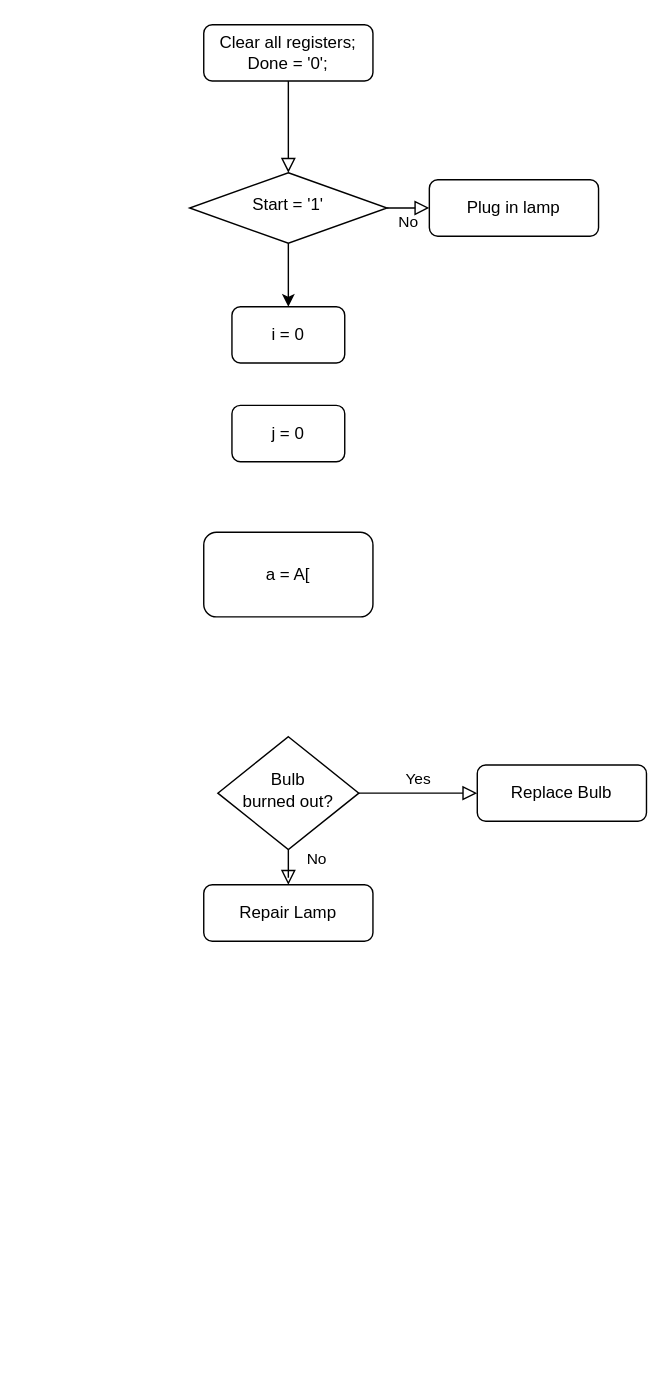
Earlier version of the draw.io diagram Untitled Diagram.drawio (Nsphong1178/FinalProject1). Source tidied: cells renumbered, new cells numbered last; positions are measured from the earlier drawing's top-left corner, leaving out a move shared by most shapes. Both pictures are drawn from the tidied source at 141%, with x=0, y=0 at pixel (189, 24).
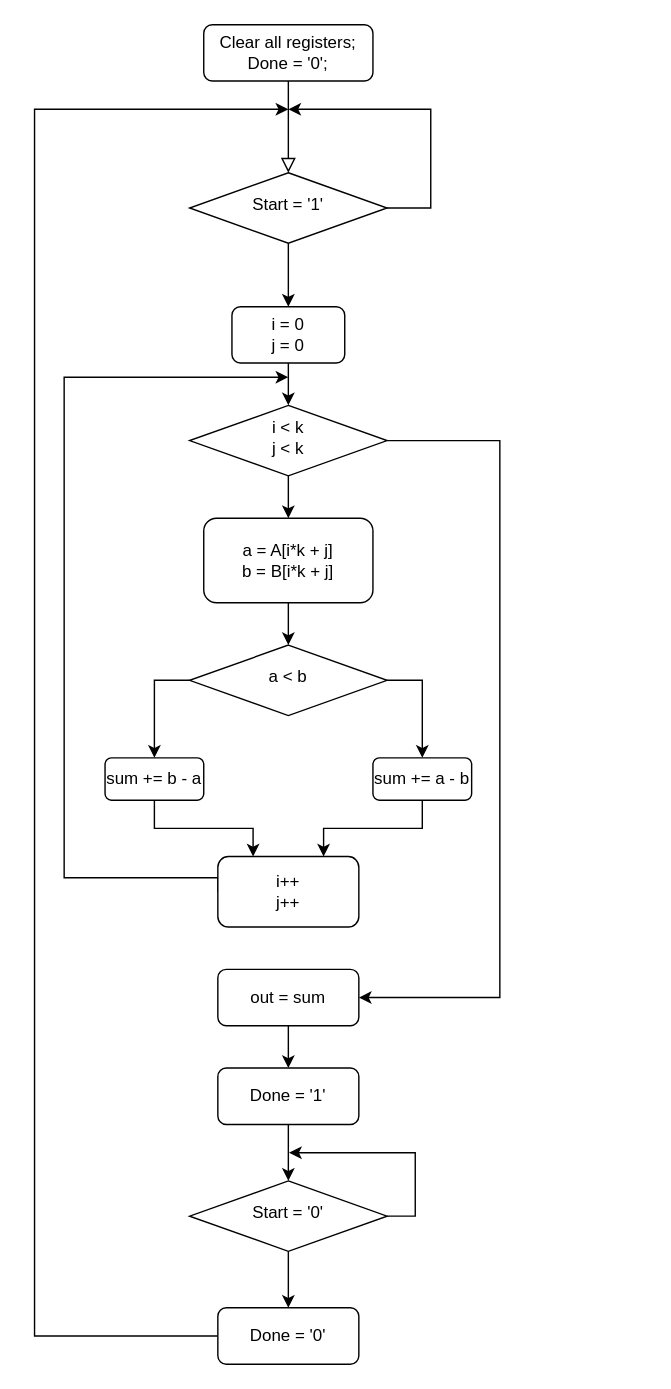
Above is the later version.

Unchanged cells that the change refers to:
```xml
<mxCell id="5" value="Start = '1'" style="rhombus;whiteSpace=wrap;html=1;shadow=0;fontFamily=Helvetica;fontSize=12;align=center;strokeWidth=1;spacing=6;spacingTop=-4;" parent="1" vertex="1">
  <mxGeometry y="105" width="140" height="50" as="geometry" />
</mxCell>
```

The edit, as a diff of the source:
```diff
@@
-    <mxCell id="4" value="No" style="edgeStyle=orthogonalEdgeStyle;rounded=0;html=1;jettySize=auto;fontSize=11;endArrow=block;endFill=0;endSize=8;strokeWidth=1;shadow=0;labelBackgroundColor=none;" parent="1" edge="1" source="5" target="6">
-      <mxGeometry y="10" relative="1" as="geometry" />
-    </mxCell>
+    <mxCell id="14" style="edgeStyle=orthogonalEdgeStyle;rounded=0;jettySize=auto;html=1;exitX=0.5;exitY=1;exitDx=0;exitDy=0;entryX=0.5;entryY=0;entryDx=0;entryDy=0;" parent="1" edge="1" source="5" target="12">
+      <mxGeometry relative="1" as="geometry" />
+    </mxCell>
+    <mxCell id="16" style="edgeStyle=orthogonalEdgeStyle;rounded=0;jettySize=auto;html=1;exitX=1;exitY=0.5;exitDx=0;exitDy=0;" parent="1" edge="1" source="5">
+      <mxGeometry relative="1" as="geometry">
+        <mxPoint x="70" y="60" as="targetPoint" />
+        <Array as="points">
+          <mxPoint x="171" y="130" />
+        </Array>
+      </mxGeometry>
+    </mxCell>
@@
-    <mxCell id="6" value="Plug in lamp" style="rounded=1;whiteSpace=wrap;html=1;fontSize=12;glass=0;strokeWidth=1;shadow=0;" parent="1" vertex="1">
-      <mxGeometry x="170" y="110" width="120" height="40" as="geometry" />
-    </mxCell>
-    <mxCell id="7" value="No" style="rounded=0;html=1;jettySize=auto;fontSize=11;endArrow=block;endFill=0;endSize=8;strokeWidth=1;shadow=0;labelBackgroundColor=none;edgeStyle=orthogonalEdgeStyle;" parent="1" edge="1" source="9" target="10">
-      <mxGeometry x="0.33" y="20" relative="1" as="geometry" />
-    </mxCell>
-    <mxCell id="8" value="Yes" style="edgeStyle=orthogonalEdgeStyle;rounded=0;html=1;jettySize=auto;fontSize=11;endArrow=block;endFill=0;endSize=8;strokeWidth=1;shadow=0;labelBackgroundColor=none;" parent="1" edge="1" source="9" target="11">
-      <mxGeometry y="10" relative="1" as="geometry" />
-    </mxCell>
-    <mxCell id="9" value="Bulb&lt;br&gt;burned out?" style="rhombus;whiteSpace=wrap;html=1;shadow=0;fontFamily=Helvetica;fontSize=12;align=center;strokeWidth=1;spacing=6;spacingTop=-4;" parent="1" vertex="1">
-      <mxGeometry x="20" y="505" width="100" height="80" as="geometry" />
-    </mxCell>
-    <mxCell id="10" value="Repair Lamp" style="rounded=1;whiteSpace=wrap;html=1;fontSize=12;glass=0;strokeWidth=1;shadow=0;" parent="1" vertex="1">
-      <mxGeometry x="10" y="610" width="120" height="40" as="geometry" />
-    </mxCell>
-    <mxCell id="11" value="Replace Bulb" style="rounded=1;whiteSpace=wrap;html=1;fontSize=12;glass=0;strokeWidth=1;shadow=0;" parent="1" vertex="1">
-      <mxGeometry x="204" y="525" width="120" height="40" as="geometry" />
-    </mxCell>
+    <mxCell id="17" style="edgeStyle=orthogonalEdgeStyle;rounded=0;jettySize=auto;html=1;exitX=0.5;exitY=1;exitDx=0;exitDy=0;entryX=0.5;entryY=0;entryDx=0;entryDy=0;" parent="1" edge="1" source="12" target="21">
+      <mxGeometry relative="1" as="geometry" />
+    </mxCell>
-    <mxCell id="12" value="i = 0" style="rounded=1;whiteSpace=wrap;html=1;" parent="1" vertex="1">
+    <mxCell id="12" value="i = 0&lt;div&gt;j = 0&lt;/div&gt;" style="rounded=1;whiteSpace=wrap;html=1;" parent="1" vertex="1">
       <mxGeometry x="30" y="200" width="80" height="40" as="geometry" />
     </mxCell>
-    <mxCell id="13" value="j = 0" style="rounded=1;whiteSpace=wrap;html=1;" parent="1" vertex="1">
-      <mxGeometry x="30" y="270" width="80" height="40" as="geometry" />
-    </mxCell>
-    <mxCell id="14" style="endArrow=classic;html=1;rounded=0;exitX=0.5;exitY=1;exitDx=0;exitDy=0;entryX=0.5;entryY=0;entryDx=0;entryDy=0;" parent="1" edge="1" source="5" target="12">
-      <mxGeometry relative="1" as="geometry" />
-    </mxCell>
+    <mxCell id="18" style="edgeStyle=orthogonalEdgeStyle;rounded=0;jettySize=auto;html=1;exitX=0.5;exitY=1;exitDx=0;exitDy=0;entryX=0.5;entryY=0;entryDx=0;entryDy=0;" parent="1" edge="1" source="15" target="24">
+      <mxGeometry relative="1" as="geometry" />
+    </mxCell>
-    <mxCell id="15" value="a = A[" style="rounded=1;whiteSpace=wrap;html=1;" parent="1" vertex="1">
-      <mxGeometry x="10" y="360" width="120" height="60" as="geometry" />
+    <mxCell id="15" value="a = A[i*k + j]&lt;div&gt;b = B[i*k + j]&lt;/div&gt;" style="rounded=1;whiteSpace=wrap;html=1;" parent="1" vertex="1">
+      <mxGeometry x="10" y="350" width="120" height="60" as="geometry" />
     </mxCell>
+    <mxCell id="19" style="edgeStyle=orthogonalEdgeStyle;rounded=0;jettySize=auto;html=1;exitX=0.5;exitY=1;exitDx=0;exitDy=0;entryX=0.5;entryY=0;entryDx=0;entryDy=0;" parent="1" edge="1" source="21" target="15">
+      <mxGeometry relative="1" as="geometry" />
+    </mxCell>
+    <mxCell id="20" style="edgeStyle=orthogonalEdgeStyle;rounded=0;jettySize=auto;html=1;exitX=1;exitY=0.5;exitDx=0;exitDy=0;entryX=1;entryY=0.5;entryDx=0;entryDy=0;" parent="1" edge="1" source="21" target="32">
+      <mxGeometry relative="1" as="geometry">
+        <Array as="points">
+          <mxPoint x="220" y="295" />
+          <mxPoint x="220" y="690" />
+        </Array>
+      </mxGeometry>
+    </mxCell>
+    <mxCell id="21" value="i &amp;lt; k&lt;div&gt;j &amp;lt; k&lt;/div&gt;" style="rhombus;whiteSpace=wrap;html=1;shadow=0;fontFamily=Helvetica;fontSize=12;align=center;strokeWidth=1;spacing=6;spacingTop=-4;" parent="1" vertex="1">
+      <mxGeometry y="270" width="140" height="50" as="geometry" />
+    </mxCell>
+    <mxCell id="22" style="edgeStyle=orthogonalEdgeStyle;rounded=0;jettySize=auto;html=1;exitX=1;exitY=0.5;exitDx=0;exitDy=0;entryX=0.5;entryY=0;entryDx=0;entryDy=0;" parent="1" edge="1" source="24" target="28">
+      <mxGeometry relative="1" as="geometry" />
+    </mxCell>
+    <mxCell id="23" style="edgeStyle=orthogonalEdgeStyle;rounded=0;jettySize=auto;html=1;exitX=0;exitY=0.5;exitDx=0;exitDy=0;entryX=0.5;entryY=0;entryDx=0;entryDy=0;" parent="1" edge="1" source="24" target="26">
+      <mxGeometry relative="1" as="geometry" />
+    </mxCell>
+    <mxCell id="24" value="a &amp;lt; b" style="rhombus;whiteSpace=wrap;html=1;shadow=0;fontFamily=Helvetica;fontSize=12;align=center;strokeWidth=1;spacing=6;spacingTop=-4;" parent="1" vertex="1">
+      <mxGeometry y="440" width="140" height="50" as="geometry" />
+    </mxCell>
+    <mxCell id="25" style="edgeStyle=orthogonalEdgeStyle;rounded=0;jettySize=auto;html=1;exitX=0.5;exitY=1;exitDx=0;exitDy=0;entryX=0.25;entryY=0;entryDx=0;entryDy=0;" parent="1" edge="1" source="26" target="30">
+      <mxGeometry relative="1" as="geometry" />
+    </mxCell>
+    <mxCell id="26" value="sum += b - a" style="rounded=1;whiteSpace=wrap;html=1;" parent="1" vertex="1">
+      <mxGeometry x="-60" y="520" width="70" height="30" as="geometry" />
+    </mxCell>
+    <mxCell id="27" style="edgeStyle=orthogonalEdgeStyle;rounded=0;jettySize=auto;html=1;exitX=0.5;exitY=1;exitDx=0;exitDy=0;entryX=0.75;entryY=0;entryDx=0;entryDy=0;" parent="1" edge="1" source="28" target="30">
+      <mxGeometry relative="1" as="geometry" />
+    </mxCell>
+    <mxCell id="28" value="sum += a - b" style="rounded=1;whiteSpace=wrap;html=1;" parent="1" vertex="1">
+      <mxGeometry x="130" y="520" width="70" height="30" as="geometry" />
+    </mxCell>
+    <mxCell id="29" style="edgeStyle=orthogonalEdgeStyle;rounded=0;jettySize=auto;html=1;exitX=0;exitY=0.5;exitDx=0;exitDy=0;" parent="1" edge="1" source="30">
+      <mxGeometry relative="1" as="geometry">
+        <mxPoint x="70" y="250" as="targetPoint" />
+        <Array as="points">
+          <mxPoint x="-89" y="605" />
+          <mxPoint x="-89" y="250" />
+        </Array>
+      </mxGeometry>
+    </mxCell>
+    <mxCell id="30" value="i++&lt;div&gt;j++&lt;/div&gt;" style="rounded=1;whiteSpace=wrap;html=1;" parent="1" vertex="1">
+      <mxGeometry x="20" y="590" width="100" height="50" as="geometry" />
+    </mxCell>
+    <mxCell id="31" style="edgeStyle=orthogonalEdgeStyle;rounded=0;jettySize=auto;html=1;exitX=0.5;exitY=1;exitDx=0;exitDy=0;entryX=0.5;entryY=0;entryDx=0;entryDy=0;" parent="1" edge="1" source="32" target="34">
+      <mxGeometry relative="1" as="geometry" />
+    </mxCell>
+    <mxCell id="32" value="out = sum" style="rounded=1;whiteSpace=wrap;html=1;" parent="1" vertex="1">
+      <mxGeometry x="20" y="670" width="100" height="40" as="geometry" />
+    </mxCell>
+    <mxCell id="33" style="edgeStyle=orthogonalEdgeStyle;rounded=0;jettySize=auto;html=1;exitX=0.5;exitY=1;exitDx=0;exitDy=0;entryX=0.5;entryY=0;entryDx=0;entryDy=0;" parent="1" edge="1" source="34" target="37">
+      <mxGeometry relative="1" as="geometry" />
+    </mxCell>
+    <mxCell id="34" value="Done = '1'" style="rounded=1;whiteSpace=wrap;html=1;" parent="1" vertex="1">
+      <mxGeometry x="20" y="740" width="100" height="40" as="geometry" />
+    </mxCell>
+    <mxCell id="35" style="edgeStyle=orthogonalEdgeStyle;rounded=0;jettySize=auto;html=1;exitX=0.5;exitY=1;exitDx=0;exitDy=0;entryX=0.5;entryY=0;entryDx=0;entryDy=0;" parent="1" edge="1" source="37" target="39">
+      <mxGeometry relative="1" as="geometry" />
+    </mxCell>
+    <mxCell id="36" style="edgeStyle=orthogonalEdgeStyle;rounded=0;jettySize=auto;html=1;exitX=1;exitY=0.5;exitDx=0;exitDy=0;" parent="1" edge="1" source="37">
+      <mxGeometry relative="1" as="geometry">
+        <mxPoint x="70" y="800" as="targetPoint" />
+      </mxGeometry>
+    </mxCell>
+    <mxCell id="37" value="Start = '0'" style="rhombus;whiteSpace=wrap;html=1;shadow=0;fontFamily=Helvetica;fontSize=12;align=center;strokeWidth=1;spacing=6;spacingTop=-4;" parent="1" vertex="1">
+      <mxGeometry y="820" width="140" height="50" as="geometry" />
+    </mxCell>
+    <mxCell id="38" style="edgeStyle=orthogonalEdgeStyle;rounded=0;jettySize=auto;html=1;exitX=0;exitY=0.5;exitDx=0;exitDy=0;" parent="1" edge="1" source="39">
+      <mxGeometry relative="1" as="geometry">
+        <mxPoint x="70" y="60" as="targetPoint" />
+        <Array as="points">
+          <mxPoint x="-110" y="930" />
+          <mxPoint x="-110" y="60" />
+        </Array>
+      </mxGeometry>
+    </mxCell>
+    <mxCell id="39" value="Done = '0'" style="rounded=1;whiteSpace=wrap;html=1;" parent="1" vertex="1">
+      <mxGeometry x="20" y="910" width="100" height="40" as="geometry" />
+    </mxCell>
```
